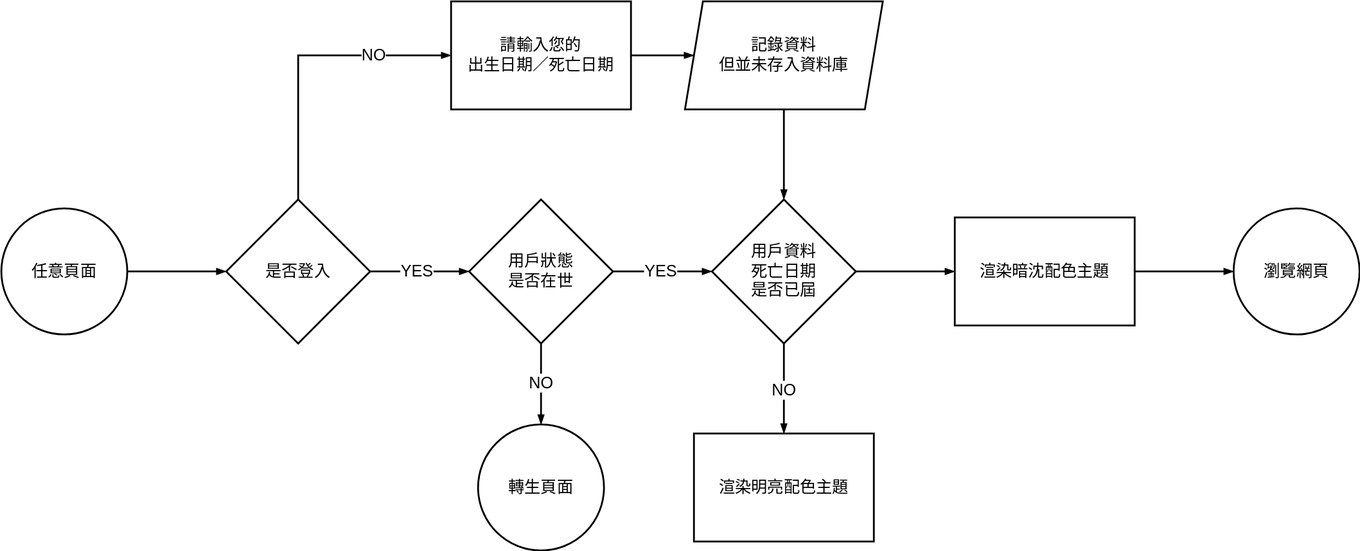
Above: Flowchart/Common Flow.drawio.svg in Dandelion64/MFEE26-D (draw.io), before the change. Source tidied: cells renumbered, new cells last; positions are measured from the earlier drawing's top-left corner, leaving out a move shared by most shapes.
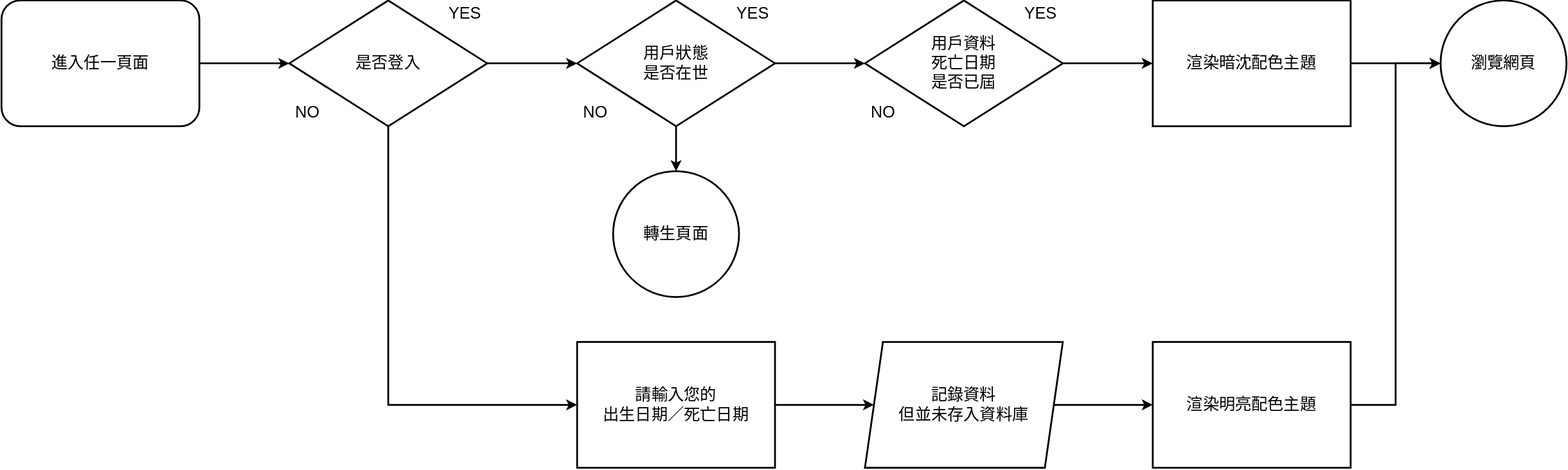
The same diagram one commit later.

Change to the diagram source:
```diff
@@ -2,76 +2,83 @@
   <root>
     <mxCell id="0" />
     <mxCell id="1" parent="0" />
-    <mxCell id="2" style="edgeStyle=orthogonalEdgeStyle;rounded=0;jettySize=auto;html=1;exitX=1;exitY=0.5;exitDx=0;exitDy=0;entryX=0;entryY=0.5;entryDx=0;entryDy=0;fontSize=18;endArrow=blockThin;endFill=1;strokeWidth=2;" parent="1" edge="1" source="3" target="6">
-      <mxGeometry relative="1" as="geometry" />
-    </mxCell>
-    <mxCell id="3" value="任意頁面" style="ellipse;whiteSpace=wrap;html=1;fontSize=18;strokeWidth=2;rounded=0;" parent="1" vertex="1">
-      <mxGeometry y="230" width="140" height="140" as="geometry" />
-    </mxCell>
-    <mxCell id="4" value="YES" style="edgeStyle=orthogonalEdgeStyle;rounded=0;jettySize=auto;html=1;fontSize=18;strokeWidth=2;endArrow=blockThin;endFill=1;entryX=0;entryY=0.5;entryDx=0;entryDy=0;" parent="1" edge="1" source="6" target="9">
-      <mxGeometry x="-0.09" relative="1" as="geometry" />
+    <mxCell id="4" style="edgeStyle=orthogonalEdgeStyle;jumpSize=14;jettySize=auto;html=1;exitX=1;exitY=0.5;exitDx=0;exitDy=0;entryX=0;entryY=0.5;entryDx=0;entryDy=0;fontFamily=Helvetica;fontSize=18;strokeWidth=2;" parent="1" edge="1" source="6" target="9">
+      <mxGeometry relative="1" as="geometry" />
     </mxCell>
-    <mxCell id="5" value="NO" style="edgeStyle=orthogonalEdgeStyle;rounded=0;jettySize=auto;html=1;exitX=0.5;exitY=1;exitDx=0;exitDy=0;entryX=0;entryY=0.5;entryDx=0;entryDy=0;fontSize=18;endArrow=blockThin;endFill=1;strokeWidth=2;" parent="1" edge="1" source="6" target="16">
-      <mxGeometry x="0.65" relative="1" as="geometry">
-        <Array as="points">
-          <mxPoint x="330" y="60" />
-        </Array>
-      </mxGeometry>
+    <mxCell id="5" style="edgeStyle=orthogonalEdgeStyle;jumpSize=14;jettySize=auto;html=1;exitX=0.5;exitY=1;exitDx=0;exitDy=0;entryX=0;entryY=0.5;entryDx=0;entryDy=0;fontFamily=Helvetica;fontSize=18;strokeWidth=2;rounded=0;" parent="1" edge="1" source="6" target="16">
+      <mxGeometry relative="1" as="geometry" />
     </mxCell>
     <mxCell id="6" value="是否登入" style="rhombus;whiteSpace=wrap;html=1;fontSize=18;strokeWidth=2;rounded=0;" parent="1" vertex="1">
-      <mxGeometry x="250" y="220" width="160" height="160" as="geometry" />
+      <mxGeometry x="310" y="230" width="220" height="140" as="geometry" />
     </mxCell>
-    <mxCell id="7" value="YES" style="edgeStyle=orthogonalEdgeStyle;rounded=0;jettySize=auto;html=1;entryX=0;entryY=0.5;entryDx=0;entryDy=0;fontSize=18;endArrow=blockThin;endFill=1;strokeWidth=2;" parent="1" edge="1" source="9" target="12">
-      <mxGeometry x="-0.04" relative="1" as="geometry">
-        <mxPoint x="1" as="offset" />
-      </mxGeometry>
+    <mxCell id="7" style="edgeStyle=orthogonalEdgeStyle;jumpSize=14;jettySize=auto;html=1;exitX=1;exitY=0.5;exitDx=0;exitDy=0;entryX=0;entryY=0.5;entryDx=0;entryDy=0;fontFamily=Helvetica;fontSize=18;strokeWidth=2;" parent="1" edge="1" source="9" target="12">
+      <mxGeometry relative="1" as="geometry" />
     </mxCell>
-    <mxCell id="8" value="NO" style="edgeStyle=orthogonalEdgeStyle;rounded=0;jettySize=auto;html=1;exitX=0.5;exitY=1;exitDx=0;exitDy=0;entryX=0.5;entryY=0;entryDx=0;entryDy=0;fontSize=18;endArrow=blockThin;endFill=1;strokeWidth=2;" parent="1" edge="1" source="9" target="17">
-      <mxGeometry x="0.02" relative="1" as="geometry" />
+    <mxCell id="8" style="edgeStyle=orthogonalEdgeStyle;jumpSize=14;jettySize=auto;html=1;exitX=0.5;exitY=1;exitDx=0;exitDy=0;entryX=0.5;entryY=0;entryDx=0;entryDy=0;fontFamily=Helvetica;fontSize=18;strokeWidth=2;" parent="1" edge="1" source="9" target="17">
+      <mxGeometry relative="1" as="geometry" />
     </mxCell>
-    <mxCell id="9" value="用戶狀態&lt;br&gt;是否在世" style="rhombus;whiteSpace=wrap;html=1;fontSize=18;strokeWidth=2;rounded=0;" parent="1" vertex="1">
-      <mxGeometry x="520" y="220" width="160" height="160" as="geometry" />
+    <mxCell id="9" value="用戶狀態&lt;br style=&quot;font-size: 18px;&quot;&gt;是否在世" style="rhombus;whiteSpace=wrap;html=1;fontSize=18;strokeWidth=2;rounded=0;" parent="1" vertex="1">
+      <mxGeometry x="630" y="230" width="220" height="140" as="geometry" />
     </mxCell>
-    <mxCell id="10" value="NO" style="edgeStyle=orthogonalEdgeStyle;rounded=0;jettySize=auto;html=1;exitX=0.5;exitY=1;exitDx=0;exitDy=0;fontSize=18;endArrow=blockThin;endFill=1;strokeWidth=2;" parent="1" edge="1" source="12" target="18">
-      <mxGeometry relative="1" as="geometry">
-        <Array as="points">
-          <mxPoint x="870" y="430" />
-          <mxPoint x="870" y="430" />
-        </Array>
-      </mxGeometry>
-    </mxCell>
-    <mxCell id="11" style="edgeStyle=orthogonalEdgeStyle;rounded=0;jettySize=auto;html=1;exitX=1;exitY=0.5;exitDx=0;exitDy=0;entryX=0;entryY=0.5;entryDx=0;entryDy=0;fontSize=18;endArrow=blockThin;endFill=1;strokeWidth=2;" parent="1" edge="1" source="12" target="20">
+    <mxCell id="11" style="edgeStyle=orthogonalEdgeStyle;jumpSize=14;jettySize=auto;html=1;exitX=1;exitY=0.5;exitDx=0;exitDy=0;entryX=0;entryY=0.5;entryDx=0;entryDy=0;fontFamily=Helvetica;fontSize=18;strokeWidth=2;" parent="1" edge="1" source="12" target="20">
       <mxGeometry relative="1" as="geometry" />
     </mxCell>
-    <mxCell id="12" value="用戶資料&lt;br&gt;死亡日期&lt;br&gt;是否已屆" style="rhombus;whiteSpace=wrap;html=1;fontSize=18;strokeWidth=2;rounded=0;" parent="1" vertex="1">
-      <mxGeometry x="790" y="220" width="160" height="160" as="geometry" />
+    <mxCell id="12" value="用戶資料&lt;br style=&quot;font-size: 18px;&quot;&gt;死亡日期&lt;br style=&quot;font-size: 18px;&quot;&gt;是否已屆" style="rhombus;whiteSpace=wrap;html=1;fontSize=18;strokeWidth=2;rounded=0;" parent="1" vertex="1">
+      <mxGeometry x="950" y="230" width="220" height="140" as="geometry" />
     </mxCell>
-    <mxCell id="13" style="edgeStyle=orthogonalEdgeStyle;rounded=0;jettySize=auto;html=1;exitX=0.5;exitY=1;exitDx=0;exitDy=0;entryX=0.5;entryY=0;entryDx=0;entryDy=0;fontSize=18;endArrow=blockThin;endFill=1;strokeWidth=2;" parent="1" edge="1" source="14" target="12">
-      <mxGeometry relative="1" as="geometry" />
-    </mxCell>
+    <mxCell id="22" style="edgeStyle=orthogonalEdgeStyle;jumpSize=14;jettySize=auto;html=1;exitX=1;exitY=0.5;exitDx=0;exitDy=0;entryX=0;entryY=0.5;entryDx=0;entryDy=0;fontFamily=Helvetica;fontSize=18;strokeWidth=2;" parent="1" edge="1" source="14" target="18">
+      <mxGeometry relative="1" as="geometry" />
+    </mxCell>
-    <mxCell id="14" value="記錄資料&lt;br&gt;但並未存入資料庫" style="shape=parallelogram;perimeter=parallelogramPerimeter;whiteSpace=wrap;html=1;fixedSize=1;fontSize=18;strokeWidth=2;rounded=0;" parent="1" vertex="1">
-      <mxGeometry x="760" width="220" height="120" as="geometry" />
+    <mxCell id="14" value="記錄資料&lt;br style=&quot;font-size: 18px;&quot;&gt;但並未存入資料庫" style="shape=parallelogram;perimeter=parallelogramPerimeter;whiteSpace=wrap;html=1;fixedSize=1;fontSize=18;strokeWidth=2;rounded=0;" parent="1" vertex="1">
+      <mxGeometry x="950" y="610" width="220" height="140" as="geometry" />
     </mxCell>
-    <mxCell id="15" style="edgeStyle=orthogonalEdgeStyle;rounded=0;jettySize=auto;html=1;exitX=1;exitY=0.5;exitDx=0;exitDy=0;entryX=0;entryY=0.5;entryDx=0;entryDy=0;fontSize=18;endArrow=blockThin;endFill=1;strokeWidth=2;" parent="1" edge="1" source="16" target="14">
+    <mxCell id="15" style="edgeStyle=orthogonalEdgeStyle;jumpSize=14;jettySize=auto;html=1;exitX=1;exitY=0.5;exitDx=0;exitDy=0;fontFamily=Helvetica;fontSize=18;strokeWidth=2;" parent="1" edge="1" source="16" target="14">
       <mxGeometry relative="1" as="geometry" />
     </mxCell>
-    <mxCell id="16" value="請輸入您的&lt;br&gt;出生日期／死亡日期" style="rounded=0;whiteSpace=wrap;html=1;fontSize=18;strokeWidth=2;" parent="1" vertex="1">
-      <mxGeometry x="500" width="200" height="120" as="geometry" />
+    <mxCell id="16" value="請輸入您的&lt;br style=&quot;font-size: 18px;&quot;&gt;出生日期／死亡日期" style="rounded=0;whiteSpace=wrap;html=1;fontSize=18;strokeWidth=2;" parent="1" vertex="1">
+      <mxGeometry x="630" y="610" width="220" height="140" as="geometry" />
     </mxCell>
     <mxCell id="17" value="轉生頁面" style="ellipse;whiteSpace=wrap;html=1;fontSize=18;strokeWidth=2;spacingTop=0;spacing=2;horizontal=1;perimeterSpacing=0;rounded=0;" parent="1" vertex="1">
-      <mxGeometry x="530" y="470" width="140" height="140" as="geometry" />
+      <mxGeometry x="670" y="420" width="140" height="140" as="geometry" />
     </mxCell>
+    <mxCell id="23" style="edgeStyle=orthogonalEdgeStyle;jumpSize=14;jettySize=auto;html=1;exitX=1;exitY=0.5;exitDx=0;exitDy=0;entryX=0;entryY=0.5;entryDx=0;entryDy=0;fontFamily=Helvetica;fontSize=18;strokeWidth=2;rounded=0;" parent="1" edge="1" source="18" target="21">
+      <mxGeometry relative="1" as="geometry" />
+    </mxCell>
     <mxCell id="18" value="渲染明亮配色主題" style="rounded=0;whiteSpace=wrap;html=1;fontSize=18;strokeWidth=2;" parent="1" vertex="1">
-      <mxGeometry x="770" y="480" width="200" height="120" as="geometry" />
+      <mxGeometry x="1270" y="610" width="220" height="140" as="geometry" />
     </mxCell>
-    <mxCell id="19" style="edgeStyle=orthogonalEdgeStyle;rounded=0;jettySize=auto;html=1;fontSize=18;endArrow=blockThin;endFill=1;strokeWidth=2;" parent="1" edge="1" source="20" target="21">
+    <mxCell id="19" style="edgeStyle=orthogonalEdgeStyle;jumpSize=14;jettySize=auto;html=1;exitX=1;exitY=0.5;exitDx=0;exitDy=0;entryX=0;entryY=0.5;entryDx=0;entryDy=0;fontFamily=Helvetica;fontSize=18;strokeWidth=2;" parent="1" edge="1" source="20" target="21">
       <mxGeometry relative="1" as="geometry" />
     </mxCell>
     <mxCell id="20" value="渲染暗沈配色主題" style="rounded=0;whiteSpace=wrap;html=1;fontSize=18;strokeWidth=2;" parent="1" vertex="1">
-      <mxGeometry x="1060" y="240" width="200" height="120" as="geometry" />
+      <mxGeometry x="1270" y="230" width="220" height="140" as="geometry" />
     </mxCell>
     <mxCell id="21" value="瀏覽網頁" style="ellipse;whiteSpace=wrap;html=1;fontSize=18;strokeWidth=2;spacingTop=0;spacing=2;horizontal=1;perimeterSpacing=0;rounded=0;" parent="1" vertex="1">
-      <mxGeometry x="1370" y="230" width="140" height="140" as="geometry" />
+      <mxGeometry x="1590" y="230" width="140" height="140" as="geometry" />
     </mxCell>
+    <mxCell id="24" style="edgeStyle=orthogonalEdgeStyle;jumpSize=14;jettySize=auto;html=1;exitX=1;exitY=0.5;exitDx=0;exitDy=0;entryX=0;entryY=0.5;entryDx=0;entryDy=0;fontSize=18;strokeWidth=2;" parent="1" edge="1" source="25" target="6">
+      <mxGeometry relative="1" as="geometry" />
+    </mxCell>
+    <mxCell id="25" value="&lt;p&gt;進入任一頁面&lt;/p&gt;" style="rounded=1;whiteSpace=wrap;html=1;fontSize=18;strokeWidth=2;" parent="1" vertex="1">
+      <mxGeometry x="-10" y="230" width="220" height="140" as="geometry" />
+    </mxCell>
+    <mxCell id="26" value="YES" style="text;html=1;align=center;verticalAlign=middle;fillColor=none;strokeColor=none;rounded=0;fontFamily=Helvetica;fontSize=18;" parent="1" vertex="1">
+      <mxGeometry x="480" y="230" width="50" height="30" as="geometry" />
+    </mxCell>
+    <mxCell id="27" value="NO" style="text;html=1;align=center;verticalAlign=middle;fillColor=none;strokeColor=none;rounded=0;fontFamily=Helvetica;fontSize=18;" parent="1" vertex="1">
+      <mxGeometry x="310" y="340" width="40" height="30" as="geometry" />
+    </mxCell>
+    <mxCell id="28" value="YES" style="text;html=1;align=center;verticalAlign=middle;fillColor=none;strokeColor=none;rounded=0;fontFamily=Helvetica;fontSize=18;" parent="1" vertex="1">
+      <mxGeometry x="800" y="230" width="50" height="30" as="geometry" />
+    </mxCell>
+    <mxCell id="29" value="YES" style="text;html=1;align=center;verticalAlign=middle;fillColor=none;strokeColor=none;rounded=0;fontFamily=Helvetica;fontSize=18;" parent="1" vertex="1">
+      <mxGeometry x="1120" y="230" width="50" height="30" as="geometry" />
+    </mxCell>
+    <mxCell id="30" value="NO" style="text;html=1;align=center;verticalAlign=middle;fillColor=none;strokeColor=none;rounded=0;fontFamily=Helvetica;fontSize=18;" parent="1" vertex="1">
+      <mxGeometry x="630" y="340" width="40" height="30" as="geometry" />
+    </mxCell>
+    <mxCell id="31" value="NO" style="text;html=1;align=center;verticalAlign=middle;fillColor=none;strokeColor=none;rounded=0;fontFamily=Helvetica;fontSize=18;" parent="1" vertex="1">
+      <mxGeometry x="950" y="340" width="40" height="30" as="geometry" />
+    </mxCell>
   </root>
 </mxGraphModel>
```
